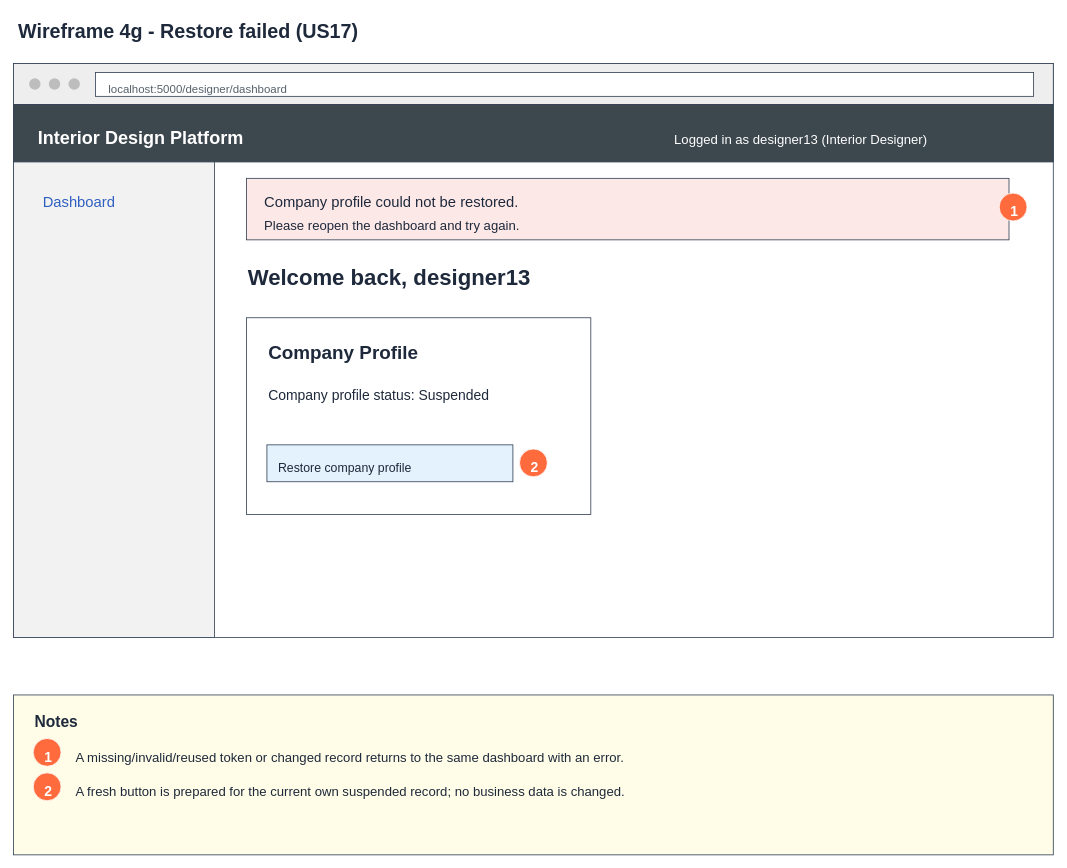
Earlier version of the draw.io diagram page "4g Wireframe - Restore failed" (8 of 11) of Sprint_2/US17 - Delete Company Profile/US17 Delete company profile.drawio (Hanzxc/CSIT314-ARCHSS). Source tidied: cells renumbered, new cells numbered last; positions are measured from the earlier drawing's top-left corner, leaving out a move shared by most shapes. Both pictures are drawn from the tidied source at 82%, with x=0, y=0 at pixel (13, 13).
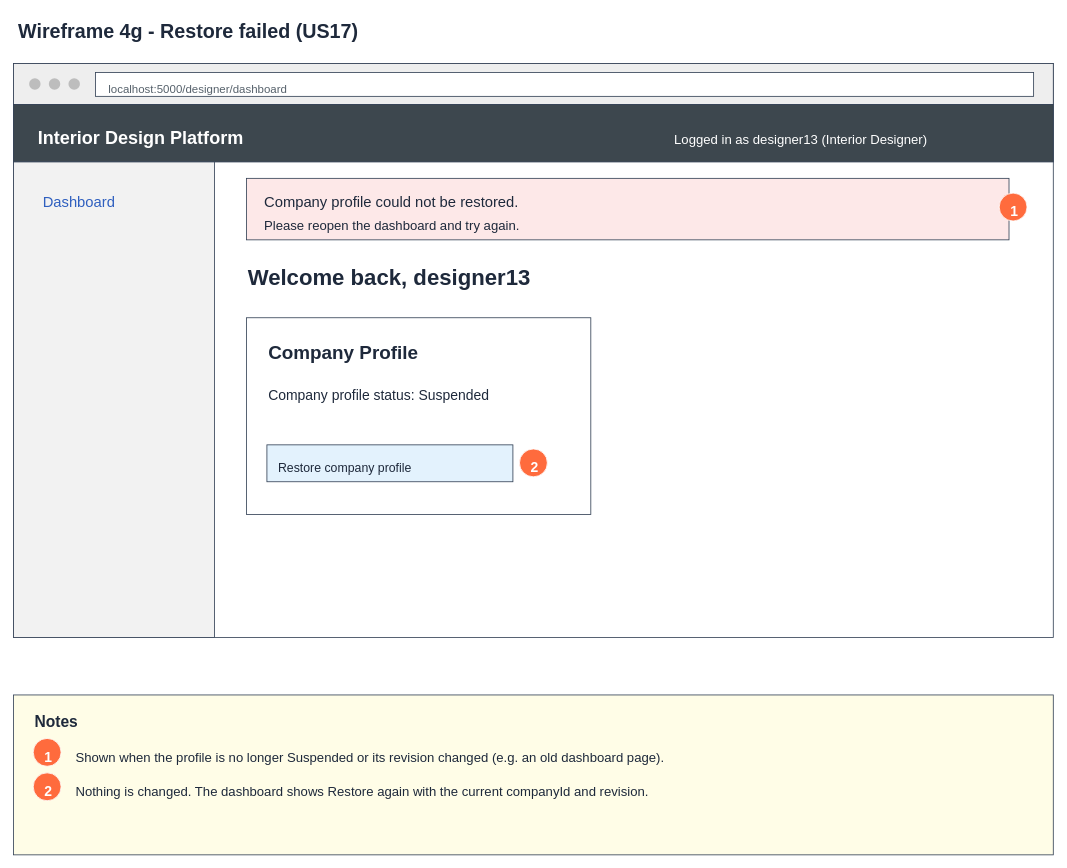
Above is the later version.

Change to the diagram source:
```diff
@@
-    <mxCell id="32" value="A missing/invalid/reused token or changed record returns to the same dashboard with an error." style="text;html=0;align=left;verticalAlign=top;fontSize=16;fontStyle=0;fontColor=#1e293b;" parent="1" vertex="1">
+    <mxCell id="32" value="Shown when the profile is no longer Suspended or its revision changed (e.g. an old dashboard page)." style="text;html=0;align=left;verticalAlign=top;fontSize=16;fontStyle=0;fontColor=#1e293b;" parent="1" vertex="1">
       <mxGeometry x="74" y="891" width="1160" height="23" as="geometry" />
     </mxCell>
@@
-    <mxCell id="35" value="A fresh button is prepared for the current own suspended record; no business data is changed." style="text;html=0;align=left;verticalAlign=top;fontSize=16;fontStyle=0;fontColor=#1e293b;" parent="1" vertex="1">
+    <mxCell id="35" value="Nothing is changed. The dashboard shows Restore again with the current companyId and revision." style="text;html=0;align=left;verticalAlign=top;fontSize=16;fontStyle=0;fontColor=#1e293b;" parent="1" vertex="1">
       <mxGeometry x="74" y="933" width="1160" height="23" as="geometry" />
     </mxCell>
```
